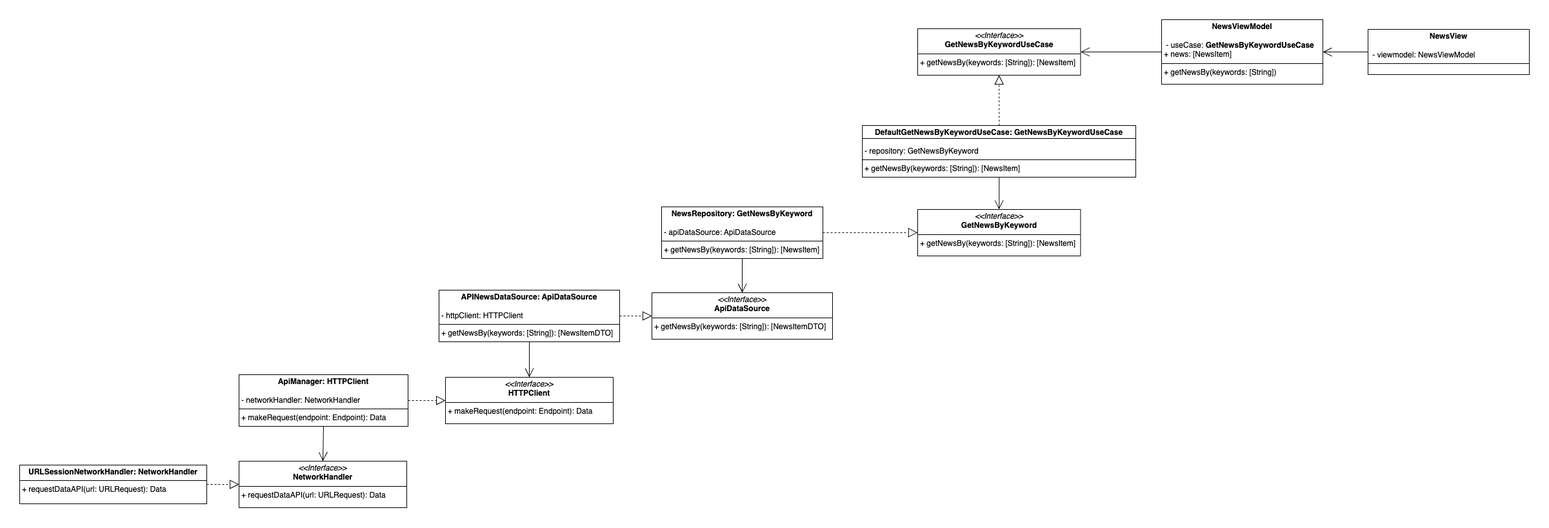
Above: 002_clean_architecture/images/uml1_white.png in josemortizs/ArticulosTecnicos (draw.io), before the change. Source tidied: cells renumbered, new cells last; positions are measured from the earlier drawing's top-left corner, leaving out a move shared by most shapes.
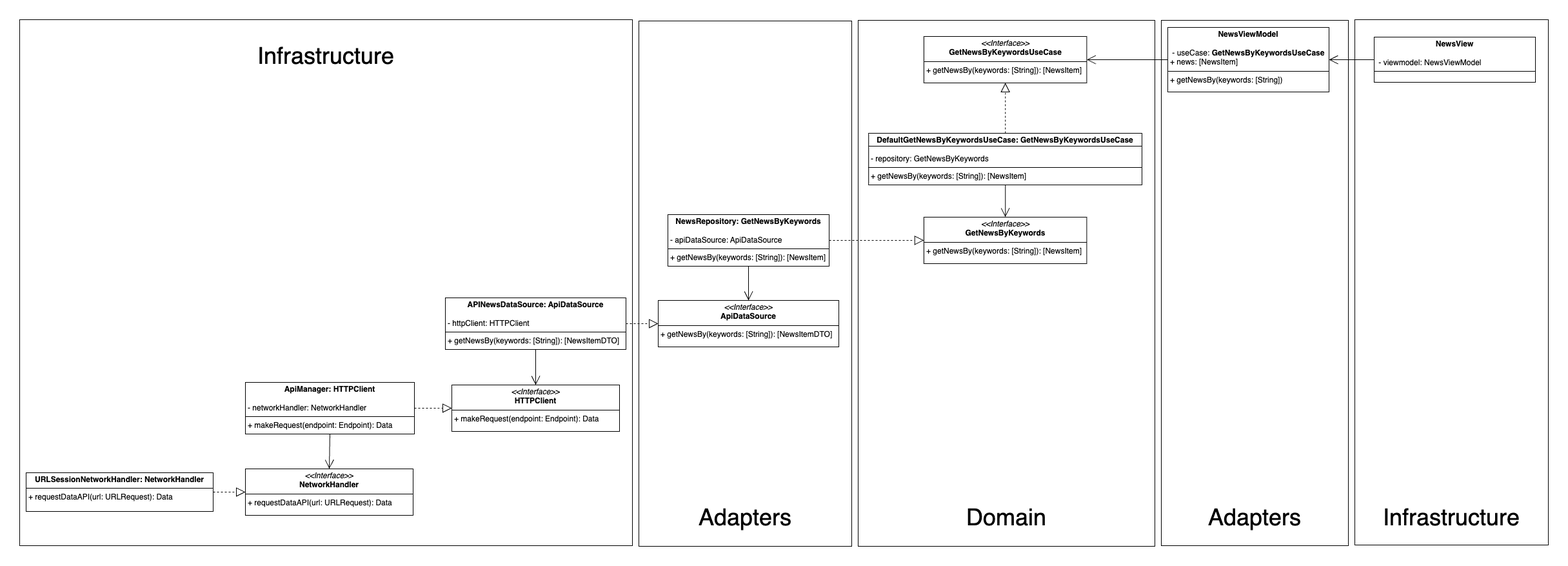
The same file after the commit.

The edit, as a diff of the source:
```diff
@@ -2,16 +2,31 @@
   <root>
     <mxCell id="0" />
     <mxCell id="1" parent="0" />
+    <mxCell id="26" style="rounded=0;whiteSpace=wrap;html=1;" parent="1" vertex="1">
+      <mxGeometry x="2060" y="-12" width="300" height="814" as="geometry" />
+    </mxCell>
+    <mxCell id="27" style="rounded=0;whiteSpace=wrap;html=1;" parent="1" vertex="1">
+      <mxGeometry x="-10" y="-12" width="950" height="815" as="geometry" />
+    </mxCell>
+    <mxCell id="28" style="rounded=0;whiteSpace=wrap;html=1;" parent="1" vertex="1">
+      <mxGeometry x="1760" y="-11" width="290" height="814" as="geometry" />
+    </mxCell>
+    <mxCell id="29" style="rounded=0;whiteSpace=wrap;html=1;" parent="1" vertex="1">
+      <mxGeometry x="950" y="-10" width="330" height="814" as="geometry" />
+    </mxCell>
+    <mxCell id="30" style="rounded=0;whiteSpace=wrap;html=1;" parent="1" vertex="1">
+      <mxGeometry x="1290" y="-11" width="460" height="815" as="geometry" />
+    </mxCell>
-    <mxCell id="2" value="&lt;p style=&quot;margin:0px;margin-top:4px;text-align:center;&quot;&gt;&lt;b&gt;DefaultGetNewsByKeywordUseCase: GetNewsByKeywordUseCase&lt;/b&gt;&lt;/p&gt;&lt;p style=&quot;margin:0px;margin-left:4px;&quot;&gt;&lt;br&gt;&lt;/p&gt;&lt;p style=&quot;margin:0px;margin-left:4px;&quot;&gt;- repository: GetNewsByKeyword&lt;/p&gt;&lt;hr size=&quot;1&quot; style=&quot;border-style:solid;&quot;&gt;&lt;p style=&quot;margin:0px;margin-left:4px;&quot;&gt;+ getNewsBy(keywords: [String]): [NewsItem]&lt;br&gt;&lt;/p&gt;" style="verticalAlign=top;align=left;overflow=fill;html=1;whiteSpace=wrap;" parent="1" vertex="1">
+    <mxCell id="2" value="&lt;p style=&quot;margin:0px;margin-top:4px;text-align:center;&quot;&gt;&lt;b&gt;DefaultGetNewsByKeywordsUseCase: GetNewsByKeywordsUseCase&lt;/b&gt;&lt;/p&gt;&lt;p style=&quot;margin:0px;margin-left:4px;&quot;&gt;&lt;br&gt;&lt;/p&gt;&lt;p style=&quot;margin:0px;margin-left:4px;&quot;&gt;- repository: GetNewsByKeywords&lt;/p&gt;&lt;hr size=&quot;1&quot; style=&quot;border-style:solid;&quot;&gt;&lt;p style=&quot;margin:0px;margin-left:4px;&quot;&gt;+ getNewsBy(keywords: [String]): [NewsItem]&lt;br&gt;&lt;/p&gt;" style="verticalAlign=top;align=left;overflow=fill;html=1;whiteSpace=wrap;" parent="1" vertex="1">
       <mxGeometry x="1306.2" y="164" width="423.8" height="80" as="geometry" />
     </mxCell>
     <mxCell id="3" style="endArrow=none;html=1;rounded=0;exitX=1;exitY=0.25;exitDx=0;exitDy=0;entryX=0;entryY=0.25;entryDx=0;entryDy=0;" parent="1" edge="1" source="2" target="2">
       <mxGeometry relative="1" as="geometry" />
     </mxCell>
-    <mxCell id="4" value="&lt;p style=&quot;margin:0px;margin-top:4px;text-align:center;&quot;&gt;&lt;i&gt;&amp;lt;&amp;lt;Interface&amp;gt;&amp;gt;&lt;/i&gt;&lt;br&gt;&lt;b&gt;GetNewsByKeyword&lt;/b&gt;&lt;/p&gt;&lt;hr size=&quot;1&quot; style=&quot;border-style:solid;&quot;&gt;&lt;p style=&quot;margin:0px;margin-left:4px;&quot;&gt;&lt;span style=&quot;background-color: initial;&quot;&gt;+ getNewsBy(keywords: [String]): [&lt;/span&gt;NewsItem&lt;span style=&quot;background-color: initial;&quot;&gt;]&lt;/span&gt;&lt;br&gt;&lt;/p&gt;" style="verticalAlign=top;align=left;overflow=fill;html=1;whiteSpace=wrap;" parent="1" vertex="1">
+    <mxCell id="4" value="&lt;p style=&quot;margin:0px;margin-top:4px;text-align:center;&quot;&gt;&lt;i&gt;&amp;lt;&amp;lt;Interface&amp;gt;&amp;gt;&lt;/i&gt;&lt;br&gt;&lt;b&gt;GetNewsByKeywords&lt;/b&gt;&lt;/p&gt;&lt;hr size=&quot;1&quot; style=&quot;border-style:solid;&quot;&gt;&lt;p style=&quot;margin:0px;margin-left:4px;&quot;&gt;&lt;span style=&quot;background-color: initial;&quot;&gt;+ getNewsBy(keywords: [String]): [&lt;/span&gt;NewsItem&lt;span style=&quot;background-color: initial;&quot;&gt;]&lt;/span&gt;&lt;br&gt;&lt;/p&gt;" style="verticalAlign=top;align=left;overflow=fill;html=1;whiteSpace=wrap;" parent="1" vertex="1">
       <mxGeometry x="1391.9" y="294" width="252.5" height="72" as="geometry" />
     </mxCell>
-    <mxCell id="5" value="&lt;p style=&quot;margin:0px;margin-top:4px;text-align:center;&quot;&gt;&lt;b&gt;NewsRepository: GetNewsByKeyword&lt;/b&gt;&lt;/p&gt;&lt;p style=&quot;margin:0px;margin-left:4px;&quot;&gt;&lt;br&gt;&lt;/p&gt;&lt;p style=&quot;margin:0px;margin-left:4px;&quot;&gt;- apiDataSource: ApiDataSource&lt;/p&gt;&lt;hr size=&quot;1&quot; style=&quot;border-style:solid;&quot;&gt;&lt;p style=&quot;margin:0px;margin-left:4px;&quot;&gt;+ getNewsBy(keywords: [String]): [NewsItem]&lt;/p&gt;" style="verticalAlign=top;align=left;overflow=fill;html=1;whiteSpace=wrap;" parent="1" vertex="1">
+    <mxCell id="5" value="&lt;p style=&quot;margin:0px;margin-top:4px;text-align:center;&quot;&gt;&lt;b&gt;NewsRepository: GetNewsByKeywords&lt;/b&gt;&lt;/p&gt;&lt;p style=&quot;margin:0px;margin-left:4px;&quot;&gt;&lt;br&gt;&lt;/p&gt;&lt;p style=&quot;margin:0px;margin-left:4px;&quot;&gt;- apiDataSource: ApiDataSource&lt;/p&gt;&lt;hr size=&quot;1&quot; style=&quot;border-style:solid;&quot;&gt;&lt;p style=&quot;margin:0px;margin-left:4px;&quot;&gt;+ getNewsBy(keywords: [String]): [NewsItem]&lt;/p&gt;" style="verticalAlign=top;align=left;overflow=fill;html=1;whiteSpace=wrap;" parent="1" vertex="1">
       <mxGeometry x="995" y="290" width="250" height="80" as="geometry" />
     </mxCell>
     <mxCell id="6" style="endArrow=open;endFill=1;endSize=12;html=1;rounded=0;exitX=0.5;exitY=1;exitDx=0;exitDy=0;entryX=0.5;entryY=0;entryDx=0;entryDy=0;" parent="1" edge="1" source="2" target="4">
@@ -56,7 +71,7 @@
     <mxCell id="19" value="&lt;p style=&quot;margin: 4px 0px 0px; text-align: center;&quot;&gt;&lt;b&gt;URLSessionNetworkHandler: NetworkHandler&lt;/b&gt;&lt;/p&gt;&lt;hr size=&quot;1&quot; style=&quot;border-style:solid;&quot;&gt;&lt;p style=&quot;margin:0px;margin-left:4px;&quot;&gt;+ requestDataAPI(url: URLRequest): Data&lt;br&gt;&lt;/p&gt;" style="verticalAlign=top;align=left;overflow=fill;html=1;whiteSpace=wrap;" parent="1" vertex="1">
       <mxGeometry y="690" width="290" height="60" as="geometry" />
     </mxCell>
-    <mxCell id="20" value="&lt;p style=&quot;margin:0px;margin-top:4px;text-align:center;&quot;&gt;&lt;b&gt;NewsViewModel&lt;/b&gt;&lt;/p&gt;&lt;p style=&quot;margin:0px;margin-left:4px;&quot;&gt;&lt;br&gt;&lt;/p&gt;&lt;p style=&quot;margin:0px;margin-left:4px;&quot;&gt;&amp;nbsp;- useCase:&amp;nbsp;&lt;b style=&quot;background-color: initial; text-align: center;&quot;&gt;GetNewsByKeywordUseCase&lt;/b&gt;&lt;/p&gt;&lt;p style=&quot;margin:0px;margin-left:4px;&quot;&gt;+ news: [NewsItem]&lt;/p&gt;&lt;hr size=&quot;1&quot; style=&quot;border-style:solid;&quot;&gt;&lt;p style=&quot;margin:0px;margin-left:4px;&quot;&gt;+ getNewsBy(keywords: [String])&lt;/p&gt;" style="verticalAlign=top;align=left;overflow=fill;html=1;whiteSpace=wrap;" parent="1" vertex="1">
+    <mxCell id="20" value="&lt;p style=&quot;margin:0px;margin-top:4px;text-align:center;&quot;&gt;&lt;b&gt;NewsViewModel&lt;/b&gt;&lt;/p&gt;&lt;p style=&quot;margin:0px;margin-left:4px;&quot;&gt;&lt;br&gt;&lt;/p&gt;&lt;p style=&quot;margin:0px;margin-left:4px;&quot;&gt;&amp;nbsp;- useCase:&amp;nbsp;&lt;b style=&quot;background-color: initial; text-align: center;&quot;&gt;GetNewsByKeywordsUseCase&lt;/b&gt;&lt;/p&gt;&lt;p style=&quot;margin:0px;margin-left:4px;&quot;&gt;+ news: [NewsItem]&lt;/p&gt;&lt;hr size=&quot;1&quot; style=&quot;border-style:solid;&quot;&gt;&lt;p style=&quot;margin:0px;margin-left:4px;&quot;&gt;+ getNewsBy(keywords: [String])&lt;/p&gt;" style="verticalAlign=top;align=left;overflow=fill;html=1;whiteSpace=wrap;" parent="1" vertex="1">
       <mxGeometry x="1770" width="250" height="100" as="geometry" />
     </mxCell>
     <mxCell id="21" style="endArrow=open;endFill=1;endSize=12;html=1;rounded=0;exitX=0;exitY=0.5;exitDx=0;exitDy=0;entryX=1;entryY=0.5;entryDx=0;entryDy=0;" parent="1" edge="1" source="20" target="24">
@@ -68,11 +83,26 @@
     <mxCell id="23" style="endArrow=open;endFill=1;endSize=12;html=1;rounded=0;entryX=1;entryY=0.5;entryDx=0;entryDy=0;exitX=0;exitY=0.5;exitDx=0;exitDy=0;" parent="1" edge="1" source="22" target="20">
       <mxGeometry relative="1" as="geometry" />
     </mxCell>
-    <mxCell id="24" value="&lt;p style=&quot;margin:0px;margin-top:4px;text-align:center;&quot;&gt;&lt;i&gt;&amp;lt;&amp;lt;Interface&amp;gt;&amp;gt;&lt;/i&gt;&lt;br&gt;&lt;b&gt;GetNewsByKeywordUseCase&lt;/b&gt;&lt;/p&gt;&lt;hr size=&quot;1&quot; style=&quot;border-style:solid;&quot;&gt;&lt;p style=&quot;margin:0px;margin-left:4px;&quot;&gt;&lt;span style=&quot;background-color: initial;&quot;&gt;+ getNewsBy(keywords: [String]): [&lt;/span&gt;NewsItem&lt;span style=&quot;background-color: initial;&quot;&gt;]&lt;/span&gt;&lt;br&gt;&lt;/p&gt;" style="verticalAlign=top;align=left;overflow=fill;html=1;whiteSpace=wrap;" parent="1" vertex="1">
+    <mxCell id="24" value="&lt;p style=&quot;margin:0px;margin-top:4px;text-align:center;&quot;&gt;&lt;i&gt;&amp;lt;&amp;lt;Interface&amp;gt;&amp;gt;&lt;/i&gt;&lt;br&gt;&lt;b&gt;GetNewsByKeywordsUseCase&lt;/b&gt;&lt;/p&gt;&lt;hr size=&quot;1&quot; style=&quot;border-style:solid;&quot;&gt;&lt;p style=&quot;margin:0px;margin-left:4px;&quot;&gt;&lt;span style=&quot;background-color: initial;&quot;&gt;+ getNewsBy(keywords: [String]): [&lt;/span&gt;NewsItem&lt;span style=&quot;background-color: initial;&quot;&gt;]&lt;/span&gt;&lt;br&gt;&lt;/p&gt;" style="verticalAlign=top;align=left;overflow=fill;html=1;whiteSpace=wrap;" parent="1" vertex="1">
       <mxGeometry x="1391.9" y="14" width="252.5" height="72" as="geometry" />
     </mxCell>
     <mxCell id="25" style="endArrow=block;dashed=1;endFill=0;endSize=12;html=1;rounded=0;exitX=0.5;exitY=0;exitDx=0;exitDy=0;entryX=0.5;entryY=1;entryDx=0;entryDy=0;" parent="1" edge="1" source="2" target="24">
       <mxGeometry relative="1" as="geometry" />
     </mxCell>
+    <mxCell id="31" value="&lt;font style=&quot;font-size: 36px;&quot;&gt;Domain&lt;/font&gt;" style="text;html=1;align=center;verticalAlign=middle;whiteSpace=wrap;rounded=0;" parent="1" vertex="1">
+      <mxGeometry x="1300" y="734" width="440" height="50" as="geometry" />
+    </mxCell>
+    <mxCell id="32" value="&lt;font style=&quot;font-size: 36px;&quot;&gt;Adapters&lt;/font&gt;" style="text;html=1;align=center;verticalAlign=middle;whiteSpace=wrap;rounded=0;" parent="1" vertex="1">
+      <mxGeometry x="960" y="734" width="310" height="50" as="geometry" />
+    </mxCell>
+    <mxCell id="33" value="&lt;font style=&quot;font-size: 36px;&quot;&gt;Adapters&lt;/font&gt;" style="text;html=1;align=center;verticalAlign=middle;whiteSpace=wrap;rounded=0;" parent="1" vertex="1">
+      <mxGeometry x="1770" y="734" width="270" height="50" as="geometry" />
+    </mxCell>
+    <mxCell id="34" value="&lt;font style=&quot;font-size: 36px;&quot;&gt;Infrastructure&lt;/font&gt;" style="text;html=1;align=center;verticalAlign=middle;whiteSpace=wrap;rounded=0;" parent="1" vertex="1">
+      <mxGeometry y="15" width="930" height="59" as="geometry" />
+    </mxCell>
+    <mxCell id="35" value="&lt;font style=&quot;font-size: 36px;&quot;&gt;Infrastructure&lt;/font&gt;" style="text;html=1;align=center;verticalAlign=middle;whiteSpace=wrap;rounded=0;" parent="1" vertex="1">
+      <mxGeometry x="2075" y="734" width="270" height="50" as="geometry" />
+    </mxCell>
   </root>
 </mxGraphModel>
```
